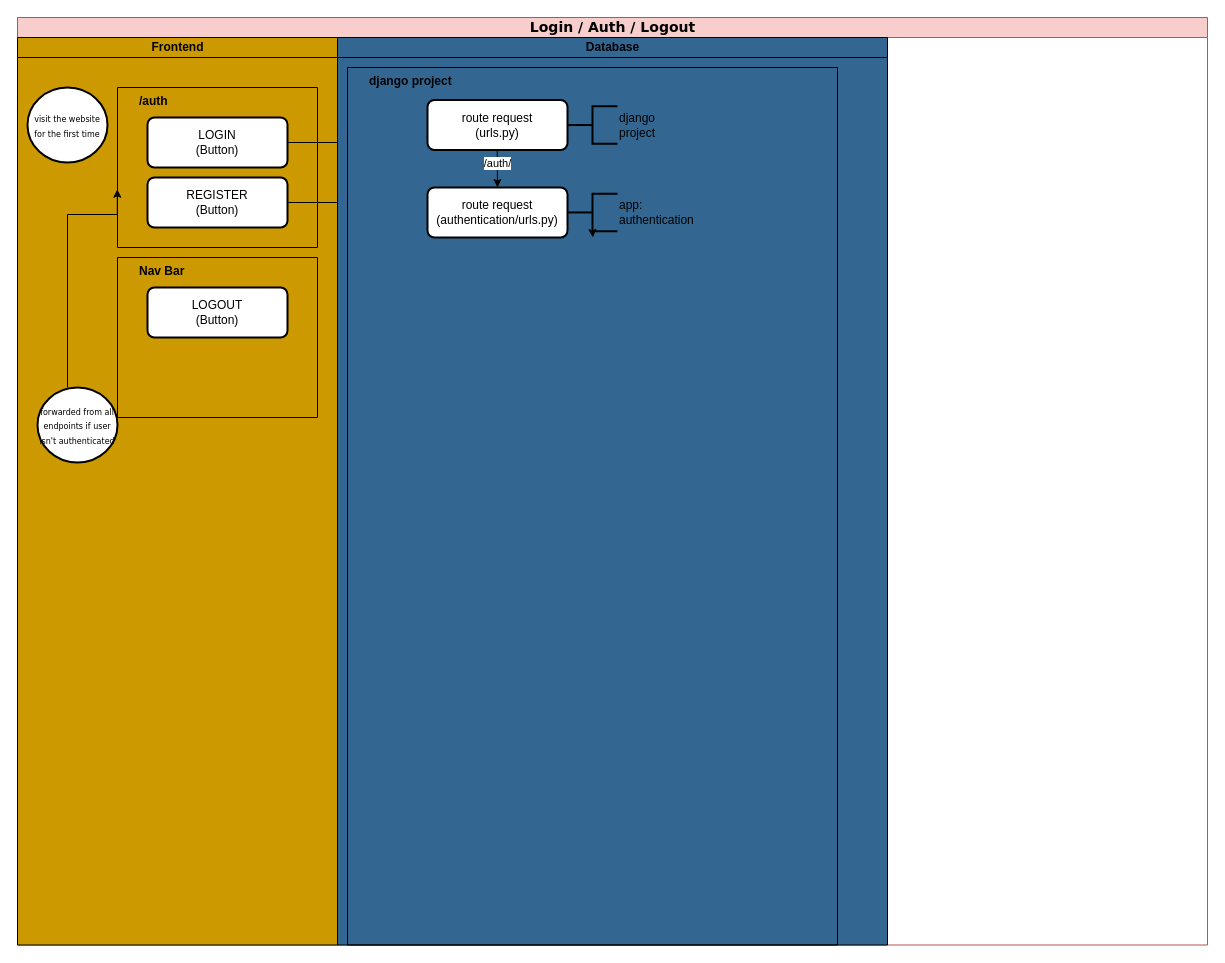
Above: page "Page-1" (1 of 2) of Docs/Swimlane1.drawio in rajh-phuyal/42Transcendence (draw.io), before the change. Source tidied: cells renumbered, new cells numbered last; positions are measured from the earlier drawing's top-left corner, leaving out a move shared by most shapes. Both pictures are drawn from the tidied source at 100%, with x=0, y=0 at pixel (17, 17).
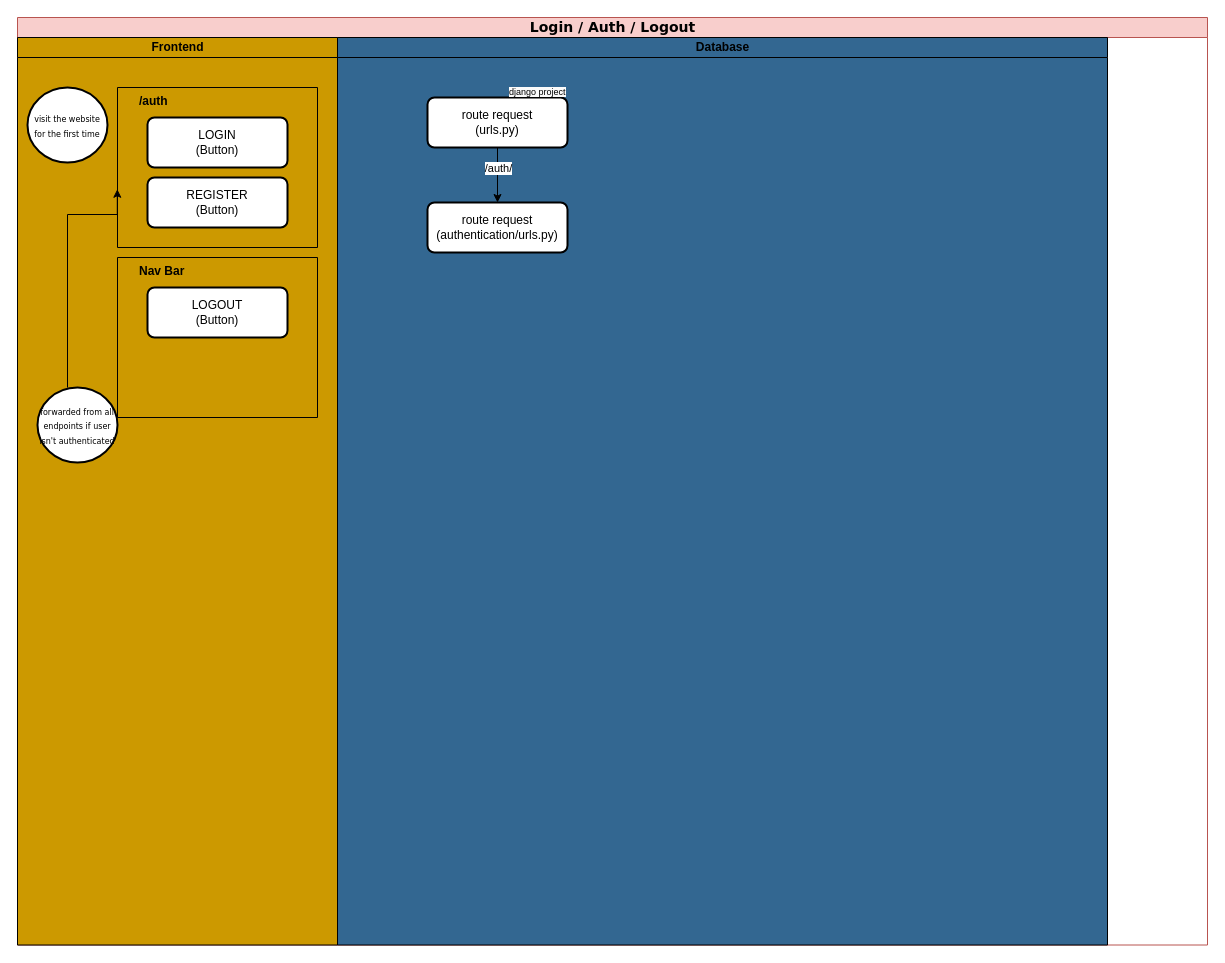
Above is the later version.

The change refers to these unchanged cells:
```xml
<mxCell id="2" value="&lt;font style=&quot;font-size: 14px;&quot;&gt;Login / Auth / Logout&lt;/font&gt;" style="swimlane;html=1;startSize=20;rounded=0;shadow=0;labelBackgroundColor=none;strokeWidth=1;fontFamily=Verdana;fontSize=8;align=center;fillColor=#f8cecc;strokeColor=#b85450;" parent="1" vertex="1">
  <mxGeometry width="1190" height="927.5" as="geometry" />
</mxCell>
<mxCell id="6" value="LOGIN&lt;br&gt;(Button)" style="rounded=1;whiteSpace=wrap;html=1;absoluteArcSize=1;arcSize=14;strokeWidth=2;" parent="5" vertex="1">
  <mxGeometry x="30" y="30" width="140" height="50" as="geometry" />
</mxCell>
<mxCell id="7" value="REGISTER&lt;br&gt;(Button)" style="rounded=1;whiteSpace=wrap;html=1;absoluteArcSize=1;arcSize=14;strokeWidth=2;" parent="5" vertex="1">
  <mxGeometry x="30" y="90" width="140" height="50" as="geometry" />
</mxCell>
```

The edit, as a diff of the source:
```diff
@@
-    <mxCell id="12" style="edgeStyle=orthogonalEdgeStyle;rounded=0;jettySize=auto;html=1;entryX=0;entryY=0.5;entryDx=0;entryDy=0;" parent="2" edge="1" source="6" target="18">
-      <mxGeometry relative="1" as="geometry" />
-    </mxCell>
-    <mxCell id="13" style="edgeStyle=orthogonalEdgeStyle;rounded=0;jettySize=auto;html=1;entryX=0.008;entryY=0.637;entryDx=0;entryDy=0;entryPerimeter=0;" parent="2" edge="1" source="7" target="18">
-      <mxGeometry relative="1" as="geometry" />
-    </mxCell>
     <mxCell id="14" value="Database" style="swimlane;html=1;startSize=20;swimlaneFillColor=#336791;fillColor=#336791;" parent="2" vertex="1">
-      <mxGeometry x="320" y="20" width="550" height="907.5" as="geometry" />
+      <mxGeometry x="320" y="20" width="770" height="907.5" as="geometry" />
     </mxCell>
-    <mxCell id="15" value="django project" style="swimlane;startSize=0;align=left;verticalAlign=top;fontSize=12;spacingLeft=20;" parent="14" vertex="1">
-      <mxGeometry x="10" y="30" width="490" height="877.5" as="geometry" />
-    </mxCell>
-    <mxCell id="16" style="edgeStyle=orthogonalEdgeStyle;rounded=0;jettySize=auto;html=1;entryX=0.5;entryY=0;entryDx=0;entryDy=0;" parent="15" edge="1" target="22">
-      <mxGeometry relative="1" as="geometry">
-        <mxPoint x="149.7" y="82.5" as="sourcePoint" />
-      </mxGeometry>
-    </mxCell>
+    <mxCell id="18" value="route request&lt;br&gt;(urls.py)" style="rounded=1;whiteSpace=wrap;html=1;absoluteArcSize=1;arcSize=14;strokeWidth=2;" parent="14" vertex="1">
+      <mxGeometry x="90" y="60" width="140" height="50" as="geometry" />
+    </mxCell>
+    <mxCell id="23" value="&lt;font style=&quot;font-size: 9px;&quot;&gt;&lt;span style=&quot;color: rgb(0, 0, 0); font-family: Helvetica; font-style: normal; font-variant-ligatures: normal; font-variant-caps: normal; font-weight: 400; letter-spacing: normal; orphans: 2; text-align: left; text-indent: 0px; text-transform: none; widows: 2; word-spacing: 0px; -webkit-text-stroke-width: 0px; white-space: nowrap; background-color: rgb(251, 251, 251); text-decoration-thickness: initial; text-decoration-style: initial; text-decoration-color: initial; float: none; display: inline !important;&quot;&gt;django&amp;nbsp;&lt;/span&gt;&lt;span style=&quot;color: rgb(0, 0, 0); font-family: Helvetica; font-style: normal; font-variant-ligatures: normal; font-variant-caps: normal; font-weight: 400; letter-spacing: normal; orphans: 2; text-align: left; text-indent: 0px; text-transform: none; widows: 2; word-spacing: 0px; -webkit-text-stroke-width: 0px; white-space: nowrap; background-color: rgb(251, 251, 251); text-decoration-thickness: initial; text-decoration-style: initial; text-decoration-color: initial; float: none; display: inline !important;&quot;&gt;project&lt;/span&gt;&lt;/font&gt;" style="text;whiteSpace=wrap;html=1;" parent="14" vertex="1">
+      <mxGeometry x="170" y="40" width="70" height="30" as="geometry" />
+    </mxCell>
+    <mxCell id="22" value="route request&lt;br&gt;(authentication/urls.py)" style="rounded=1;whiteSpace=wrap;html=1;absoluteArcSize=1;arcSize=14;strokeWidth=2;" parent="14" vertex="1">
+      <mxGeometry x="90" y="165" width="140" height="50" as="geometry" />
+    </mxCell>
+    <mxCell id="24" style="edgeStyle=orthogonalEdgeStyle;rounded=0;jettySize=auto;html=1;entryX=0.5;entryY=0;entryDx=0;entryDy=0;exitX=0.5;exitY=1;exitDx=0;exitDy=0;" parent="14" edge="1" source="18" target="22">
+      <mxGeometry relative="1" as="geometry" />
+    </mxCell>
-    <mxCell id="17" value="/auth/" style="edgeLabel;html=1;align=center;verticalAlign=middle;" parent="16" vertex="1">
+    <mxCell id="17" value="/auth/" style="edgeLabel;html=1;align=center;verticalAlign=middle;" parent="24" vertex="1">
       <mxGeometry x="-0.11" y="3" relative="1" as="geometry">
         <mxPoint x="-3" y="-4" as="offset" />
       </mxGeometry>
     </mxCell>
-    <mxCell id="18" value="route request&lt;br&gt;(urls.py)" style="rounded=1;whiteSpace=wrap;html=1;absoluteArcSize=1;arcSize=14;strokeWidth=2;" parent="15" vertex="1">
-      <mxGeometry x="80" y="32.5" width="140" height="50" as="geometry" />
-    </mxCell>
-    <mxCell id="19" value="django&lt;br&gt;project" style="strokeWidth=2;html=1;shape=mxgraph.flowchart.annotation_2;align=left;labelPosition=right;" parent="15" vertex="1">
-      <mxGeometry x="220" y="38.8" width="50" height="37.5" as="geometry" />
-    </mxCell>
-    <mxCell id="20" style="edgeStyle=orthogonalEdgeStyle;rounded=0;jettySize=auto;html=1;exitX=0.5;exitY=1;exitDx=0;exitDy=0;exitPerimeter=0;" parent="15" edge="1" source="21">
-      <mxGeometry relative="1" as="geometry">
-        <mxPoint x="245.3" y="170" as="targetPoint" />
-      </mxGeometry>
-    </mxCell>
-    <mxCell id="21" value="app:&lt;div&gt;authentication&lt;/div&gt;" style="strokeWidth=2;html=1;shape=mxgraph.flowchart.annotation_2;align=left;labelPosition=right;" parent="15" vertex="1">
-      <mxGeometry x="220" y="126.2" width="50" height="37.5" as="geometry" />
-    </mxCell>
-    <mxCell id="22" value="route request&lt;br&gt;(authentication/urls.py)" style="rounded=1;whiteSpace=wrap;html=1;absoluteArcSize=1;arcSize=14;strokeWidth=2;" parent="15" vertex="1">
-      <mxGeometry x="80" y="120" width="140" height="50" as="geometry" />
-    </mxCell>
```
